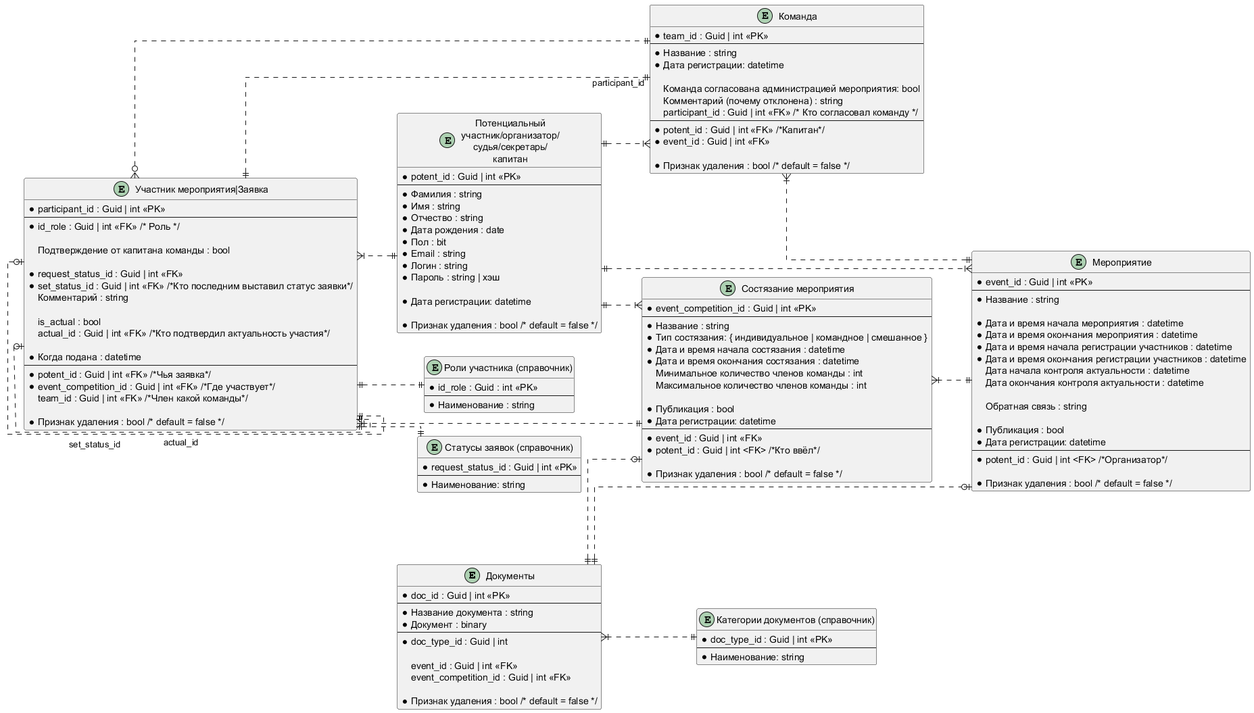
Above: Docs/ER.png in NadinMalish/SportCompetition (PlantUML), before the change.
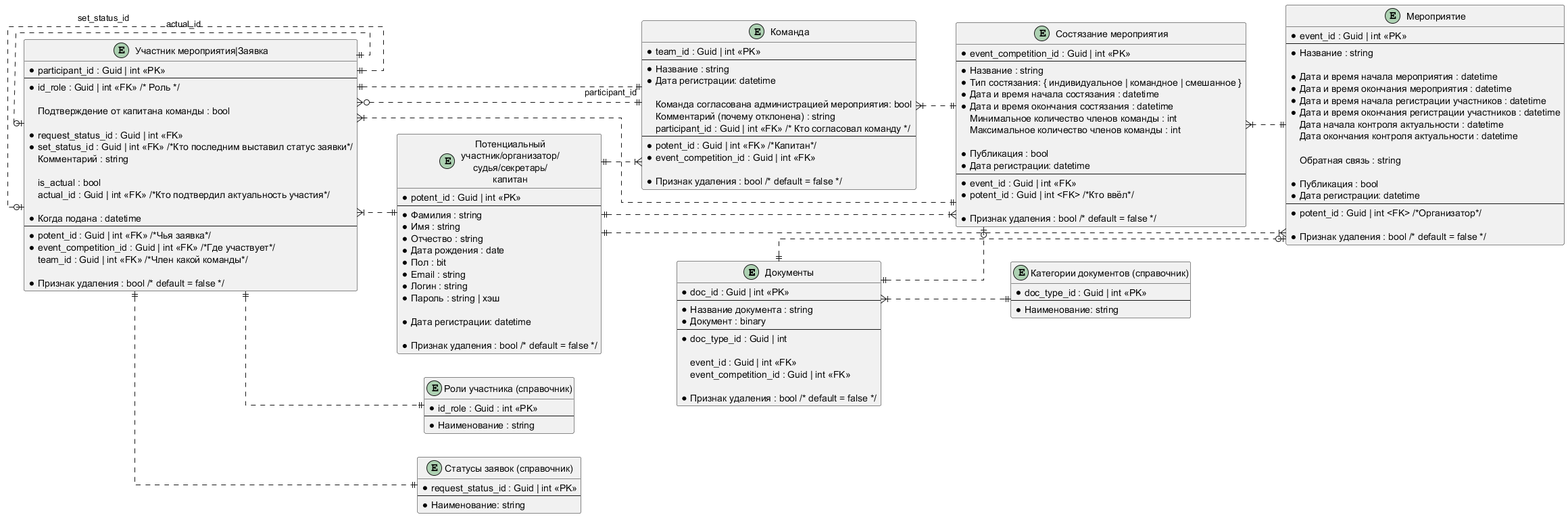
The same file after the commit.

Commit message:
Documentation v0.8.1: поправил ER-диаграмму перецепив команды от мероприятий к состязаниям.

Change to the diagram source:
```diff
@@ -82,7 +82,7 @@
 	participant_id : Guid | int <<FK>> /* Кто согласовал команду */
 	--
 	* potent_id : Guid | int <<FK>> /*Капитан*/
-	* event_id : Guid | int <<FK>>
+	* event_competition_id : Guid | int <<FK>>
 
 	* Признак удаления : bool /* default = false */
 }
@@ -154,7 +154,7 @@
 potent ||..|{ event
 potent ||..|{ event_competition
 
-team }|..|| event
+team }|..|| event_competition
 team "participant_id" ||.up.|| participant
 
 participant }|..|| event_competition
```
